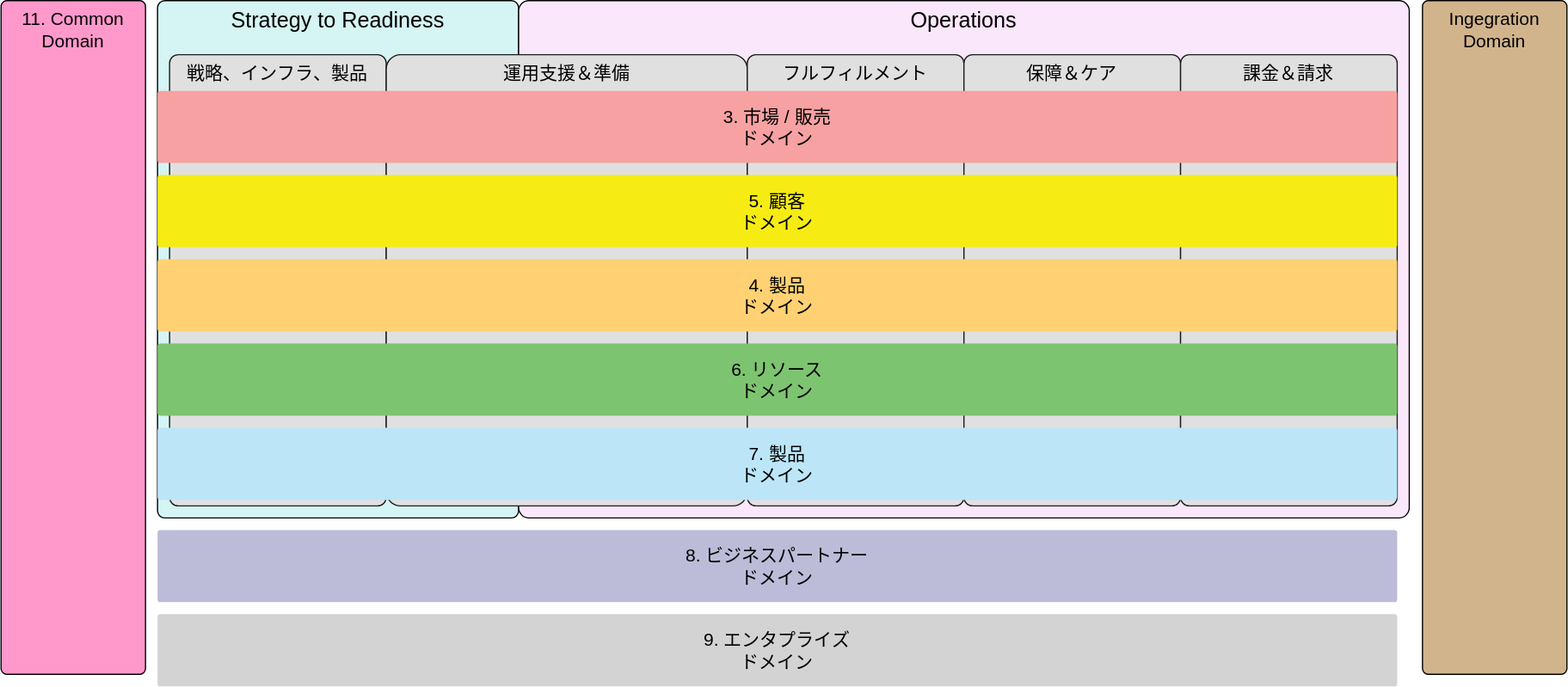
Before: src/assets/TAM_Overview.drawio.svg, a diagram exported from draw.io (nojaja/FrameworxDiagramViewer). Source tidied: cells renumbered, new cells last; positions are measured from the earlier drawing's top-left corner, leaving out a move shared by most shapes.
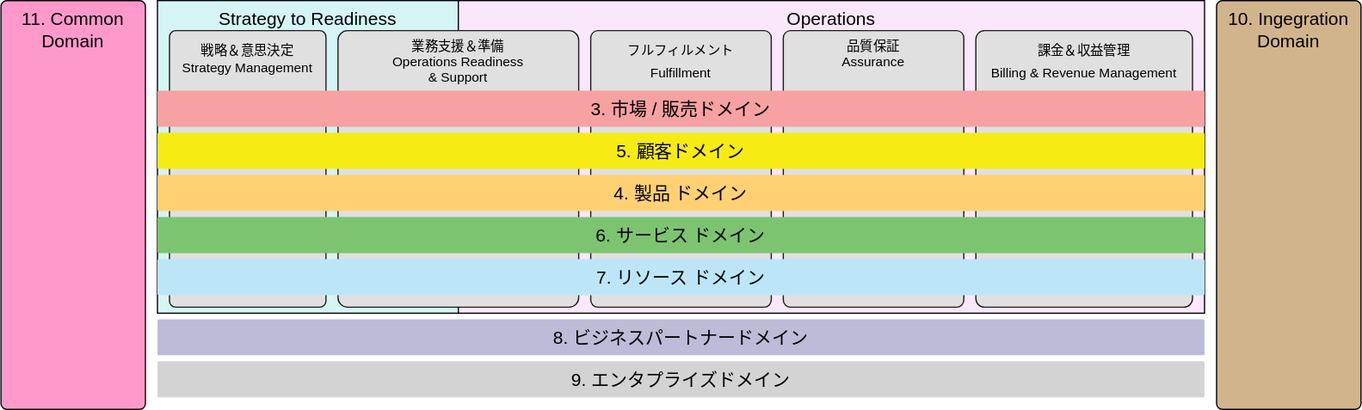
Above is the later version.

The edit, as a diff of the source:
```diff
@@ -3,52 +3,52 @@
     <mxCell id="0" />
     <mxCell id="1" parent="0" />
     <mxCell id="2" value="&lt;font color=&quot;#000000&quot; style=&quot;font-size: 15px&quot;&gt;11. Common &lt;br&gt;Domain&lt;/font&gt;" style="rounded=1;whiteSpace=wrap;html=1;arcSize=4;verticalAlign=top;fillColor=#FF99CC;fontSize=15;" parent="1" vertex="1">
-      <mxGeometry width="120" height="560" as="geometry" />
+      <mxGeometry width="120" height="340" as="geometry" />
     </mxCell>
-    <mxCell id="3" value="&lt;font color=&quot;#000000&quot; style=&quot;font-size: 18px;&quot;&gt;Strategy to Readiness&lt;/font&gt;" style="rounded=1;whiteSpace=wrap;html=1;arcSize=2;verticalAlign=top;fontSize=18;fillColor=#D5F4F4;" parent="1" vertex="1">
-      <mxGeometry x="130" width="300" height="430" as="geometry" />
+    <mxCell id="3" value="&lt;font color=&quot;#000000&quot; style=&quot;font-size: 15px;&quot;&gt;Strategy to Readiness&lt;/font&gt;" style="rounded=1;whiteSpace=wrap;html=1;arcSize=0;verticalAlign=top;fontSize=15;fillColor=#D5F4F4;" parent="1" vertex="1">
+      <mxGeometry x="130" width="250" height="260" as="geometry" />
     </mxCell>
-    <mxCell id="4" value="&lt;font color=&quot;#000000&quot; style=&quot;font-size: 18px;&quot;&gt;Operations&lt;/font&gt;" style="rounded=1;whiteSpace=wrap;html=1;arcSize=2;fontSize=18;verticalAlign=top;fillColor=#FBE7FB;" parent="1" vertex="1">
-      <mxGeometry x="430" width="740" height="430" as="geometry" />
+    <mxCell id="4" value="&lt;font color=&quot;#000000&quot; style=&quot;font-size: 15px;&quot;&gt;Operations&lt;/font&gt;" style="rounded=1;whiteSpace=wrap;html=1;arcSize=0;fontSize=15;verticalAlign=top;fillColor=#FBE7FB;" parent="1" vertex="1">
+      <mxGeometry x="380" width="620" height="260" as="geometry" />
     </mxCell>
-    <mxCell id="5" value="&lt;font color=&quot;#000000&quot; style=&quot;font-size: 15px;&quot;&gt;Ingegration&lt;br style=&quot;font-size: 15px;&quot;&gt;Domain&lt;/font&gt;" style="rounded=1;whiteSpace=wrap;html=1;arcSize=4;verticalAlign=top;fillColor=#D2B48C;fontSize=15;" parent="1" vertex="1">
-      <mxGeometry x="1181" width="120" height="560" as="geometry" />
+    <mxCell id="5" value="&lt;font color=&quot;#000000&quot; style=&quot;font-size: 15px&quot;&gt;10. Ingegration&lt;br style=&quot;font-size: 15px&quot;&gt;Domain&lt;/font&gt;" style="rounded=1;whiteSpace=wrap;html=1;arcSize=4;verticalAlign=top;fillColor=#D2B48C;fontSize=15;" parent="1" vertex="1">
+      <mxGeometry x="1010" width="120" height="340" as="geometry" />
     </mxCell>
-    <mxCell id="6" value="戦略、インフラ、製品" style="rounded=1;whiteSpace=wrap;html=1;arcSize=4;verticalAlign=top;fontSize=15;fillColor=#E0E0E0;fontColor=#000000;strokeColor=#1A1A1A;" parent="1" vertex="1">
-      <mxGeometry x="140" y="45" width="180" height="375" as="geometry" />
+    <mxCell id="6" value="&lt;span style=&quot;font-size: 11px&quot;&gt;戦略＆意思決定&lt;/span&gt;&lt;br style=&quot;font-size: 11px&quot;&gt;&lt;div style=&quot;font-size: 11px&quot;&gt;Strategy Management&lt;/div&gt;" style="rounded=1;whiteSpace=wrap;html=1;arcSize=4;verticalAlign=top;fontSize=15;fillColor=#E0E0E0;fontColor=#000000;strokeColor=#1A1A1A;" parent="1" vertex="1">
+      <mxGeometry x="140" y="25" width="130" height="230" as="geometry" />
     </mxCell>
-    <mxCell id="7" value="運用支援＆準備" style="rounded=1;whiteSpace=wrap;html=1;arcSize=4;verticalAlign=top;fontSize=15;fillColor=#E0E0E0;fontColor=#000000;strokeColor=#1A1A1A;" parent="1" vertex="1">
-      <mxGeometry x="320" y="45" width="300" height="375" as="geometry" />
+    <mxCell id="7" value="&lt;div style=&quot;font-size: 11px&quot;&gt;業務支援＆準備&lt;/div&gt;&lt;div style=&quot;font-size: 11px&quot;&gt;&lt;div&gt;Operations Readiness&amp;nbsp;&lt;/div&gt;&lt;div&gt;&amp;amp; Support&lt;/div&gt;&lt;/div&gt;" style="rounded=1;whiteSpace=wrap;html=1;arcSize=4;verticalAlign=top;fontSize=15;fillColor=#E0E0E0;fontColor=#000000;strokeColor=#1A1A1A;" parent="1" vertex="1">
+      <mxGeometry x="280" y="25" width="200" height="230" as="geometry" />
     </mxCell>
-    <mxCell id="8" value="フルフィルメント" style="rounded=1;whiteSpace=wrap;html=1;arcSize=4;verticalAlign=top;fontSize=15;fillColor=#E0E0E0;fontColor=#000000;strokeColor=#1A1A1A;" parent="1" vertex="1">
-      <mxGeometry x="620" y="45" width="180" height="375" as="geometry" />
+    <mxCell id="8" value="&lt;span style=&quot;font-size: 11px&quot;&gt;フルフィルメント&lt;/span&gt;&lt;br style=&quot;font-size: 11px&quot;&gt;&lt;span style=&quot;font-size: 11px&quot;&gt;Fulfillment&lt;/span&gt;" style="rounded=1;whiteSpace=wrap;html=1;arcSize=4;verticalAlign=top;fontSize=15;fillColor=#E0E0E0;fontColor=#000000;strokeColor=#1A1A1A;" parent="1" vertex="1">
+      <mxGeometry x="490" y="25" width="150" height="230" as="geometry" />
     </mxCell>
-    <mxCell id="9" value="保障＆ケア" style="rounded=1;whiteSpace=wrap;html=1;arcSize=4;verticalAlign=top;fontSize=15;fillColor=#E0E0E0;fontColor=#000000;strokeColor=#1A1A1A;" parent="1" vertex="1">
-      <mxGeometry x="800" y="45" width="180" height="375" as="geometry" />
+    <mxCell id="9" value="&lt;div style=&quot;font-size: 11px&quot;&gt;品質保証&lt;/div&gt;&lt;div style=&quot;font-size: 11px&quot;&gt;Assurance&lt;/div&gt;" style="rounded=1;whiteSpace=wrap;html=1;arcSize=4;verticalAlign=top;fontSize=15;fillColor=#E0E0E0;fontColor=#000000;strokeColor=#1A1A1A;" parent="1" vertex="1">
+      <mxGeometry x="650" y="25" width="150" height="230" as="geometry" />
     </mxCell>
-    <mxCell id="10" value="課金＆請求" style="rounded=1;whiteSpace=wrap;html=1;arcSize=4;verticalAlign=top;fontSize=15;fillColor=#E0E0E0;fontColor=#000000;strokeColor=#1A1A1A;" parent="1" vertex="1">
-      <mxGeometry x="980" y="45" width="180" height="375" as="geometry" />
+    <mxCell id="10" value="&lt;span style=&quot;font-size: 11px&quot;&gt;課金＆収益管理&lt;/span&gt;&lt;br style=&quot;font-size: 11px&quot;&gt;&lt;span style=&quot;font-size: 11px&quot;&gt;Billing &amp;amp; Revenue Management&lt;/span&gt;" style="rounded=1;whiteSpace=wrap;html=1;arcSize=4;verticalAlign=top;fontSize=15;fillColor=#E0E0E0;fontColor=#000000;strokeColor=#1A1A1A;" parent="1" vertex="1">
+      <mxGeometry x="810" y="25" width="180" height="230" as="geometry" />
     </mxCell>
-    <mxCell id="11" value="3. 市場 / 販売&lt;br&gt;ドメイン" style="rounded=1;whiteSpace=wrap;html=1;arcSize=4;verticalAlign=middle;fontSize=15;fontColor=#000000;strokeColor=none;fillColor=#F7A1A2;" parent="1" vertex="1">
-      <mxGeometry x="130" y="75" width="1030" height="60" as="geometry" />
+    <mxCell id="11" value="3. 市場 / 販売ドメイン" style="rounded=1;whiteSpace=wrap;html=1;arcSize=4;verticalAlign=middle;fontSize=15;fontColor=#000000;strokeColor=none;fillColor=#F7A1A2;" parent="1" vertex="1">
+      <mxGeometry x="130" y="75" width="870" height="30" as="geometry" />
     </mxCell>
-    <mxCell id="12" value="5. 顧客&lt;br&gt;ドメイン" style="rounded=1;whiteSpace=wrap;html=1;arcSize=4;verticalAlign=middle;fontSize=15;fontColor=#000000;strokeColor=none;fillColor=#F6EC13;" parent="1" vertex="1">
-      <mxGeometry x="130" y="145" width="1030" height="60" as="geometry" />
+    <mxCell id="12" value="5. 顧客ドメイン" style="rounded=1;whiteSpace=wrap;html=1;arcSize=4;verticalAlign=middle;fontSize=15;fontColor=#000000;strokeColor=none;fillColor=#F6EC13;" parent="1" vertex="1">
+      <mxGeometry x="130" y="110" width="870" height="30" as="geometry" />
     </mxCell>
-    <mxCell id="13" value="4. 製品&lt;br&gt;&lt;span style=&quot;color: rgba(0 , 0 , 0 , 0) ; font-family: monospace ; font-size: 0px&quot;&gt;%3CmxGraphModel%3E%3Croot%3E%3CmxCell%20id%3D%220%22%2F%3E%3CmxCell%20id%3D%221%22%20parent%3D%220%22%2F%3E%3CmxCell%20id%3D%222%22%20value%3D%22%E9%A1%A7%E5%AE%A2%26lt%3Bbr%26gt%3B%E3%83%89%E3%83%A1%E3%82%A4%E3%83%B3%22%20style%3D%22rounded%3D1%3BwhiteSpace%3Dwrap%3Bhtml%3D1%3BarcSize%3D4%3BverticalAlign%3Dmiddle%3BfontSize%3D15%3BfontColor%3D%23000000%3BstrokeColor%3Dnone%3BfillColor%3D%23F7A1A2%3B%22%20vertex%3D%221%22%20parent%3D%221%22%3E%3CmxGeometry%20x%3D%22130%22%20y%3D%22170%22%20width%3D%221030%22%20height%3D%2260%22%20as%3D%22geometry%22%2F%3E%3C%2FmxCell%3E%3C%2Froot%3E%3C%2FmxGraphModel%3E&lt;/span&gt;ドメイン" style="rounded=1;whiteSpace=wrap;html=1;arcSize=4;verticalAlign=middle;fontSize=15;fontColor=#000000;strokeColor=none;fillColor=#FFD173;" parent="1" vertex="1">
-      <mxGeometry x="130" y="215" width="1030" height="60" as="geometry" />
+    <mxCell id="13" value="4. 製品&lt;span style=&quot;color: rgba(0 , 0 , 0 , 0) ; font-family: monospace ; font-size: 0px&quot;&gt;%3CmxGraphModel%3E%3Croot%3E%3CmxCell%20id%3D%220%22%2F%3E%3CmxCell%20id%3D%221%22%20parent%3D%220%22%2F%3E%3CmxCell%20id%3D%222%22%20value%3D%22%E9%A1%A7%E5%AE%A2%26lt%3Bbr%26gt%3B%E3%83%89%E3%83%A1%E3%82%A4%E3%83%B3%22%20style%3D%22rounded%3D1%3BwhiteSpace%3Dwrap%3Bhtml%3D1%3BarcSize%3D4%3BverticalAlign%3Dmiddle%3BfontSize%3D15%3BfontColor%3D%23000000%3BstrokeColor%3Dnone%3BfillColor%3D%23F7A1A2%3B%22%20vertex%3D%221%22%20parent%3D%221%22%3E%3CmxGeometry%20x%3D%22130%22%20y%3D%22170%22%20width%3D%221030%22%20height%3D%2260%22%20as%3D%22geometry%22%2F%3E%3C%2FmxCell%3E%3C%2Froot%3E%3C%2FmxGraphModel%3E&lt;/span&gt;ドメイン" style="rounded=1;whiteSpace=wrap;html=1;arcSize=4;verticalAlign=middle;fontSize=15;fontColor=#000000;strokeColor=none;fillColor=#FFD173;" parent="1" vertex="1">
+      <mxGeometry x="130" y="145" width="870" height="30" as="geometry" />
     </mxCell>
-    <mxCell id="14" value="6. リソース&lt;br&gt;&lt;span style=&quot;color: rgba(0 , 0 , 0 , 0) ; font-family: monospace ; font-size: 0px&quot;&gt;%3CmxGraphModel%3E%3Croot%3E%3CmxCell%20id%3D%220%22%2F%3E%3CmxCell%20id%3D%221%22%20parent%3D%220%22%2F%3E%3CmxCell%20id%3D%222%22%20value%3D%22%E9%A1%A7%E5%AE%A2%26lt%3Bbr%26gt%3B%E3%83%89%E3%83%A1%E3%82%A4%E3%83%B3%22%20style%3D%22rounded%3D1%3BwhiteSpace%3Dwrap%3Bhtml%3D1%3BarcSize%3D4%3BverticalAlign%3Dmiddle%3BfontSize%3D15%3BfontColor%3D%23000000%3BstrokeColor%3Dnone%3BfillColor%3D%23F7A1A2%3B%22%20vertex%3D%221%22%20parent%3D%221%22%3E%3CmxGeometry%20x%3D%22130%22%20y%3D%22170%22%20width%3D%221030%22%20height%3D%2260%22%20as%3D%22geometry%22%2F%3E%3C%2FmxCell%3E%3C%2Froot%3E%3C%2FmxGraphModel%3E&lt;/span&gt;ドメイン" style="rounded=1;whiteSpace=wrap;html=1;arcSize=4;verticalAlign=middle;fontSize=15;fontColor=#000000;strokeColor=none;fillColor=#7DC470;" parent="1" vertex="1">
-      <mxGeometry x="130" y="285" width="1030" height="60" as="geometry" />
+    <mxCell id="14" value="6. サービス&lt;span style=&quot;color: rgba(0 , 0 , 0 , 0) ; font-family: monospace ; font-size: 0px&quot;&gt;%3CmxGraphModel%3E%3Croot%3E%3CmxCell%20id%3D%220%22%2F%3E%3CmxCell%20id%3D%221%22%20parent%3D%220%22%2F%3E%3CmxCell%20id%3D%222%22%20value%3D%22%E9%A1%A7%E5%AE%A2%26lt%3Bbr%26gt%3B%E3%83%89%E3%83%A1%E3%82%A4%E3%83%B3%22%20style%3D%22rounded%3D1%3BwhiteSpace%3Dwrap%3Bhtml%3D1%3BarcSize%3D4%3BverticalAlign%3Dmiddle%3BfontSize%3D15%3BfontColor%3D%23000000%3BstrokeColor%3Dnone%3BfillColor%3D%23F7A1A2%3B%22%20vertex%3D%221%22%20parent%3D%221%22%3E%3CmxGeometry%20x%3D%22130%22%20y%3D%22170%22%20width%3D%221030%22%20height%3D%2260%22%20as%3D%22geometry%22%2F%3E%3C%2FmxCell%3E%3C%2Froot%3E%3C%2FmxGraphModel%3E&lt;/span&gt;ドメイン" style="rounded=1;whiteSpace=wrap;html=1;arcSize=4;verticalAlign=middle;fontSize=15;fontColor=#000000;strokeColor=none;fillColor=#7DC470;" parent="1" vertex="1">
+      <mxGeometry x="130" y="180" width="870" height="30" as="geometry" />
     </mxCell>
-    <mxCell id="15" value="7. 製品&lt;br&gt;&lt;span style=&quot;color: rgba(0 , 0 , 0 , 0) ; font-family: monospace ; font-size: 0px&quot;&gt;%3CmxGraphModel%3E%3Croot%3E%3CmxCell%20id%3D%220%22%2F%3E%3CmxCell%20id%3D%221%22%20parent%3D%220%22%2F%3E%3CmxCell%20id%3D%222%22%20value%3D%22%E9%A1%A7%E5%AE%A2%26lt%3Bbr%26gt%3B%E3%83%89%E3%83%A1%E3%82%A4%E3%83%B3%22%20style%3D%22rounded%3D1%3BwhiteSpace%3Dwrap%3Bhtml%3D1%3BarcSize%3D4%3BverticalAlign%3Dmiddle%3BfontSize%3D15%3BfontColor%3D%23000000%3BstrokeColor%3Dnone%3BfillColor%3D%23F7A1A2%3B%22%20vertex%3D%221%22%20parent%3D%221%22%3E%3CmxGeometry%20x%3D%22130%22%20y%3D%22170%22%20width%3D%221030%22%20height%3D%2260%22%20as%3D%22geometry%22%2F%3E%3C%2FmxCell%3E%3C%2Froot%3E%3C%2FmxGraphModel%3E&lt;/span&gt;ドメイン" style="rounded=1;whiteSpace=wrap;html=1;arcSize=4;verticalAlign=middle;fontSize=15;fontColor=#000000;strokeColor=none;fillColor=#BCE6F7;" parent="1" vertex="1">
-      <mxGeometry x="130" y="355" width="1030" height="60" as="geometry" />
+    <mxCell id="15" value="7. リソース&lt;span style=&quot;color: rgba(0 , 0 , 0 , 0) ; font-family: monospace ; font-size: 0px&quot;&gt;%3CmxGraphModel%3E%3Croot%3E%3CmxCell%20id%3D%220%22%2F%3E%3CmxCell%20id%3D%221%22%20parent%3D%220%22%2F%3E%3CmxCell%20id%3D%222%22%20value%3D%22%E9%A1%A7%E5%AE%A2%26lt%3Bbr%26gt%3B%E3%83%89%E3%83%A1%E3%82%A4%E3%83%B3%22%20style%3D%22rounded%3D1%3BwhiteSpace%3Dwrap%3Bhtml%3D1%3BarcSize%3D4%3BverticalAlign%3Dmiddle%3BfontSize%3D15%3BfontColor%3D%23000000%3BstrokeColor%3Dnone%3BfillColor%3D%23F7A1A2%3B%22%20vertex%3D%221%22%20parent%3D%221%22%3E%3CmxGeometry%20x%3D%22130%22%20y%3D%22170%22%20width%3D%221030%22%20height%3D%2260%22%20as%3D%22geometry%22%2F%3E%3C%2FmxCell%3E%3C%2Froot%3E%3C%2FmxGraphModel%3E&lt;/span&gt;ドメイン" style="rounded=1;whiteSpace=wrap;html=1;arcSize=4;verticalAlign=middle;fontSize=15;fontColor=#000000;strokeColor=none;fillColor=#BCE6F7;" parent="1" vertex="1">
+      <mxGeometry x="130" y="215" width="870" height="30" as="geometry" />
     </mxCell>
-    <mxCell id="16" value="8. ビジネスパートナー&lt;br&gt;ドメイン" style="rounded=1;whiteSpace=wrap;html=1;arcSize=4;verticalAlign=middle;fontSize=15;fontColor=#000000;strokeColor=none;fillColor=#BCBCD9;" parent="1" vertex="1">
-      <mxGeometry x="130" y="440" width="1030" height="60" as="geometry" />
+    <mxCell id="16" value="8. ビジネスパートナードメイン" style="rounded=1;whiteSpace=wrap;html=1;arcSize=4;verticalAlign=middle;fontSize=15;fontColor=#000000;strokeColor=none;fillColor=#BCBCD9;" parent="1" vertex="1">
+      <mxGeometry x="130" y="265" width="870" height="30" as="geometry" />
     </mxCell>
-    <mxCell id="17" value="9. エンタプライズ&lt;br&gt;ドメイン" style="rounded=1;whiteSpace=wrap;html=1;arcSize=4;verticalAlign=middle;fontSize=15;fontColor=#000000;strokeColor=none;fillColor=#D3D3D3;" parent="1" vertex="1">
-      <mxGeometry x="130" y="510" width="1030" height="60" as="geometry" />
+    <mxCell id="17" value="9. エンタプライズドメイン" style="rounded=1;whiteSpace=wrap;html=1;arcSize=4;verticalAlign=middle;fontSize=15;fontColor=#000000;strokeColor=none;fillColor=#D3D3D3;" parent="1" vertex="1">
+      <mxGeometry x="130" y="300" width="870" height="30" as="geometry" />
     </mxCell>
   </root>
 </mxGraphModel>
```
